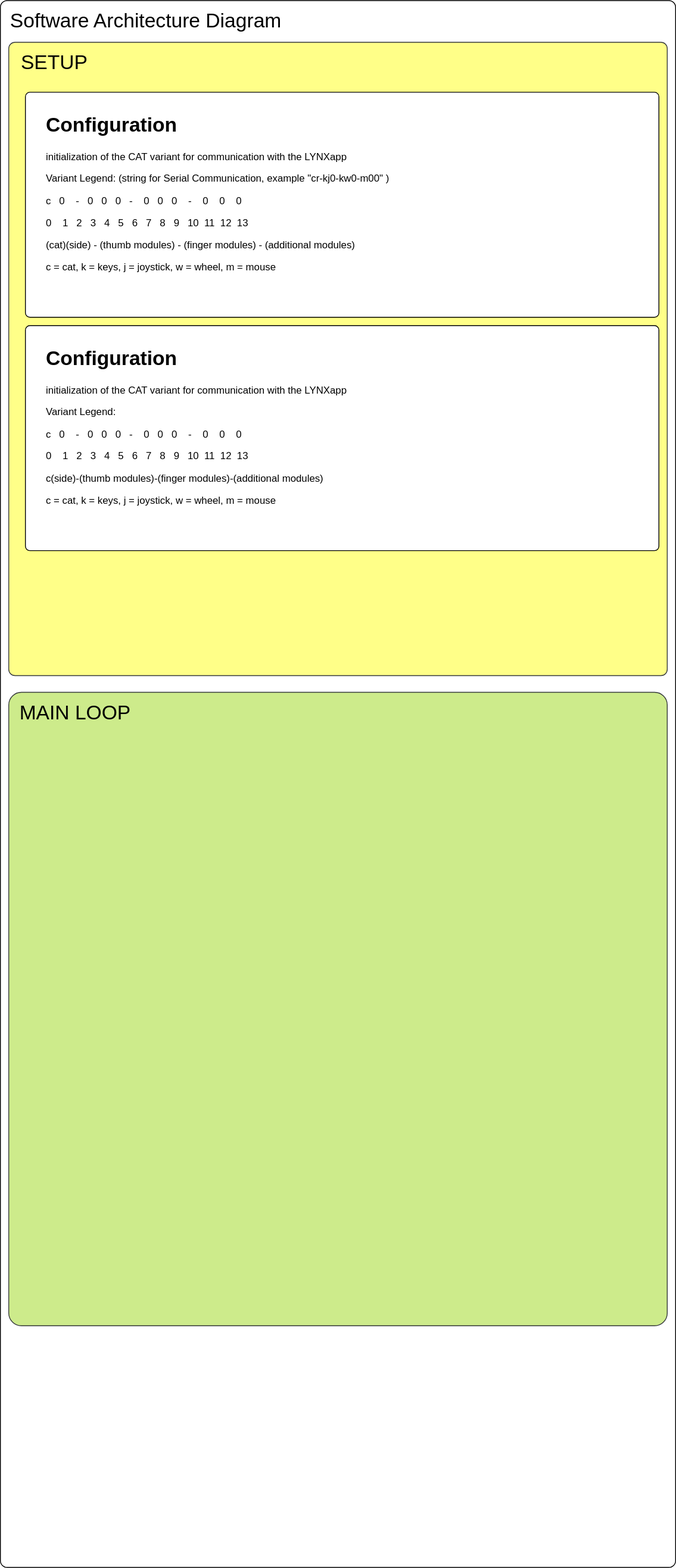
The draw.io diagram images/SAD.svg in ApeDevil/dev-CAT, before a commit. Source tidied: cells renumbered, new cells last; positions are measured from the earlier drawing's top-left corner, leaving out a move shared by most shapes.
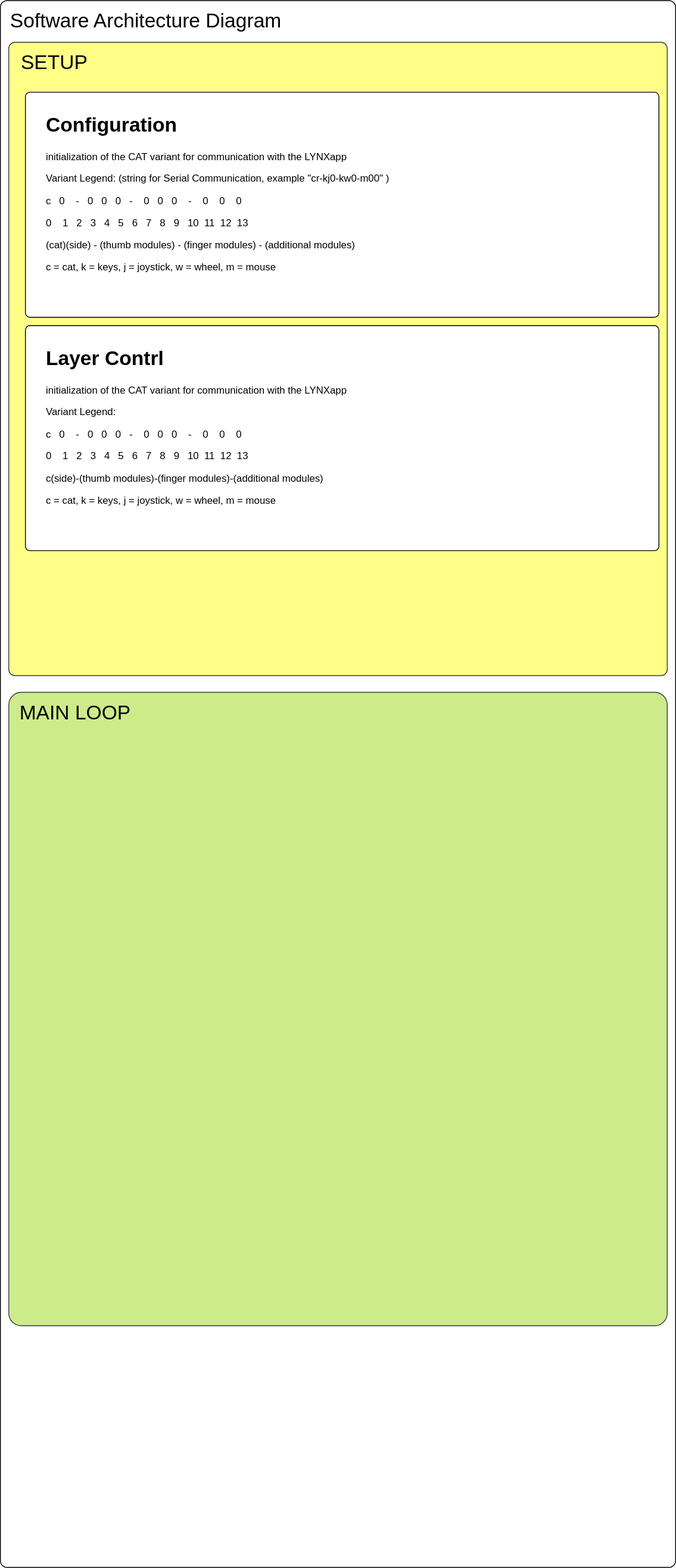
Above is the later version.

What changed in the source:
```diff
@@ -29,7 +29,7 @@
     <mxCell id="10" style="rounded=1;whiteSpace=wrap;html=1;arcSize=2;" parent="1" vertex="1">
       <mxGeometry x="30" y="390" width="760" height="270" as="geometry" />
     </mxCell>
-    <mxCell id="11" value="&lt;h1&gt;Configuration&lt;/h1&gt;&lt;p&gt;initialization of the CAT variant&amp;nbsp;&lt;span style=&quot;background-color: initial;&quot;&gt;for communication with the LYNXapp&lt;/span&gt;&lt;/p&gt;&lt;p&gt;Variant Legend:&lt;/p&gt;&lt;p&gt;c&amp;nbsp; &amp;nbsp;0&amp;nbsp; &amp;nbsp; -&amp;nbsp; &amp;nbsp;0&amp;nbsp; &amp;nbsp;0&amp;nbsp; &amp;nbsp;0&amp;nbsp; &amp;nbsp;-&amp;nbsp; &amp;nbsp; 0&amp;nbsp; &amp;nbsp;0&amp;nbsp; &amp;nbsp;0&amp;nbsp; &amp;nbsp; -&amp;nbsp; &amp;nbsp; 0&amp;nbsp; &amp;nbsp; 0&amp;nbsp; &amp;nbsp; 0&lt;/p&gt;&lt;p&gt;0&amp;nbsp; &amp;nbsp; 1&amp;nbsp; &amp;nbsp;2&amp;nbsp; &amp;nbsp;3&amp;nbsp; &amp;nbsp;4&amp;nbsp; &amp;nbsp;5&amp;nbsp; &amp;nbsp;6&amp;nbsp; &amp;nbsp;7&amp;nbsp; &amp;nbsp;8&amp;nbsp; &amp;nbsp;9&amp;nbsp; &amp;nbsp;10&amp;nbsp; 11&amp;nbsp; 12&amp;nbsp; 13&lt;/p&gt;&lt;p&gt;c(side)-(thumb modules)-(finger modules)-(additional modules)&lt;/p&gt;&lt;p&gt;c = cat,&amp;nbsp;&lt;span style=&quot;background-color: initial;&quot;&gt;k = keys,&amp;nbsp;&lt;/span&gt;&lt;span style=&quot;background-color: initial;&quot;&gt;j = joystick,&amp;nbsp;&lt;/span&gt;&lt;span style=&quot;background-color: initial;&quot;&gt;w = wheel,&amp;nbsp;&lt;/span&gt;&lt;span style=&quot;background-color: initial;&quot;&gt;m = mouse&lt;/span&gt;&lt;/p&gt;&lt;div&gt;&lt;br&gt;&lt;/div&gt;" style="text;html=1;strokeColor=none;fillColor=none;spacing=5;spacingTop=-20;whiteSpace=wrap;overflow=hidden;rounded=0;" parent="1" vertex="1">
+    <mxCell id="11" value="&lt;h1&gt;Layer Contrl&lt;/h1&gt;&lt;p&gt;initialization of the CAT variant&amp;nbsp;&lt;span style=&quot;background-color: initial;&quot;&gt;for communication with the LYNXapp&lt;/span&gt;&lt;/p&gt;&lt;p&gt;Variant Legend:&lt;/p&gt;&lt;p&gt;c&amp;nbsp; &amp;nbsp;0&amp;nbsp; &amp;nbsp; -&amp;nbsp; &amp;nbsp;0&amp;nbsp; &amp;nbsp;0&amp;nbsp; &amp;nbsp;0&amp;nbsp; &amp;nbsp;-&amp;nbsp; &amp;nbsp; 0&amp;nbsp; &amp;nbsp;0&amp;nbsp; &amp;nbsp;0&amp;nbsp; &amp;nbsp; -&amp;nbsp; &amp;nbsp; 0&amp;nbsp; &amp;nbsp; 0&amp;nbsp; &amp;nbsp; 0&lt;/p&gt;&lt;p&gt;0&amp;nbsp; &amp;nbsp; 1&amp;nbsp; &amp;nbsp;2&amp;nbsp; &amp;nbsp;3&amp;nbsp; &amp;nbsp;4&amp;nbsp; &amp;nbsp;5&amp;nbsp; &amp;nbsp;6&amp;nbsp; &amp;nbsp;7&amp;nbsp; &amp;nbsp;8&amp;nbsp; &amp;nbsp;9&amp;nbsp; &amp;nbsp;10&amp;nbsp; 11&amp;nbsp; 12&amp;nbsp; 13&lt;/p&gt;&lt;p&gt;c(side)-(thumb modules)-(finger modules)-(additional modules)&lt;/p&gt;&lt;p&gt;c = cat,&amp;nbsp;&lt;span style=&quot;background-color: initial;&quot;&gt;k = keys,&amp;nbsp;&lt;/span&gt;&lt;span style=&quot;background-color: initial;&quot;&gt;j = joystick,&amp;nbsp;&lt;/span&gt;&lt;span style=&quot;background-color: initial;&quot;&gt;w = wheel,&amp;nbsp;&lt;/span&gt;&lt;span style=&quot;background-color: initial;&quot;&gt;m = mouse&lt;/span&gt;&lt;/p&gt;&lt;div&gt;&lt;br&gt;&lt;/div&gt;" style="text;html=1;strokeColor=none;fillColor=none;spacing=5;spacingTop=-20;whiteSpace=wrap;overflow=hidden;rounded=0;" parent="1" vertex="1">
       <mxGeometry x="50" y="410" width="610" height="230" as="geometry" />
     </mxCell>
   </root>
```
